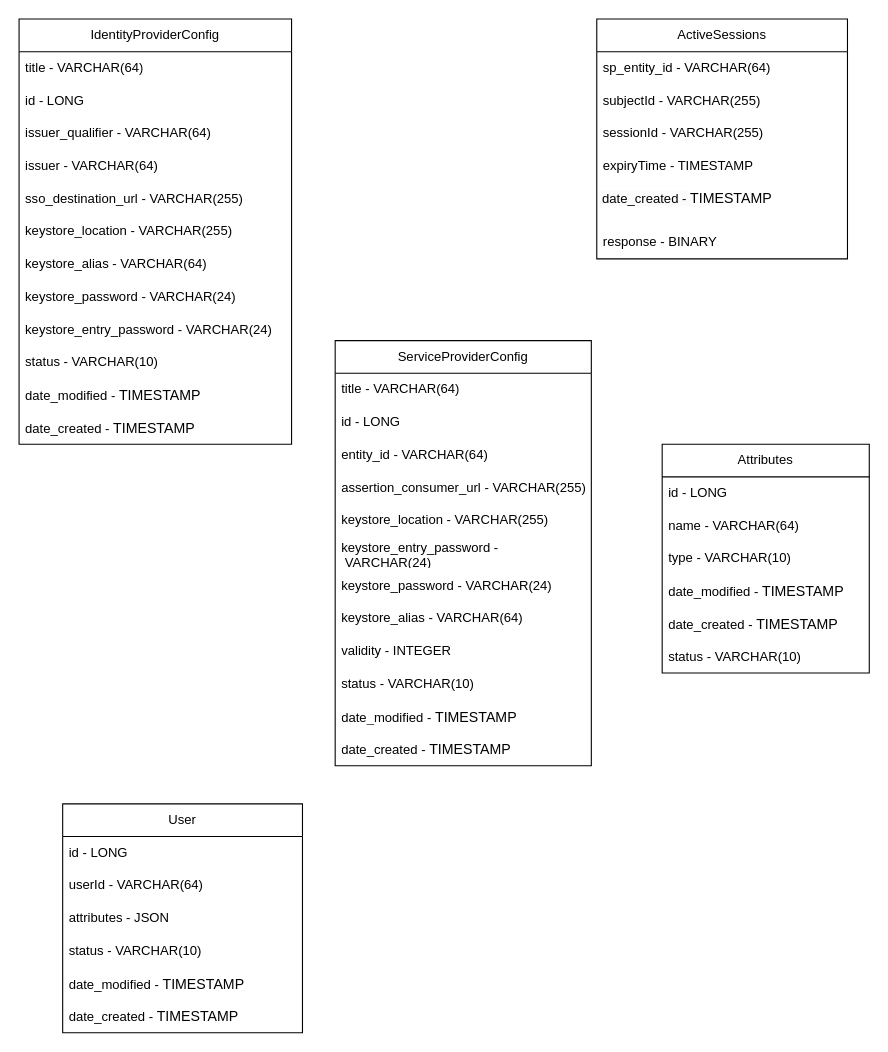
This is draw-io/identity-tester.drawio from wasilzafar/assets, a draw.io file, before an edit. Source tidied: cells renumbered, new cells numbered last; positions are measured from the earlier drawing's top-left corner, leaving out a move shared by most shapes. Both pictures are drawn from the tidied source at 109%, with x=0, y=0 at pixel (19, 19).
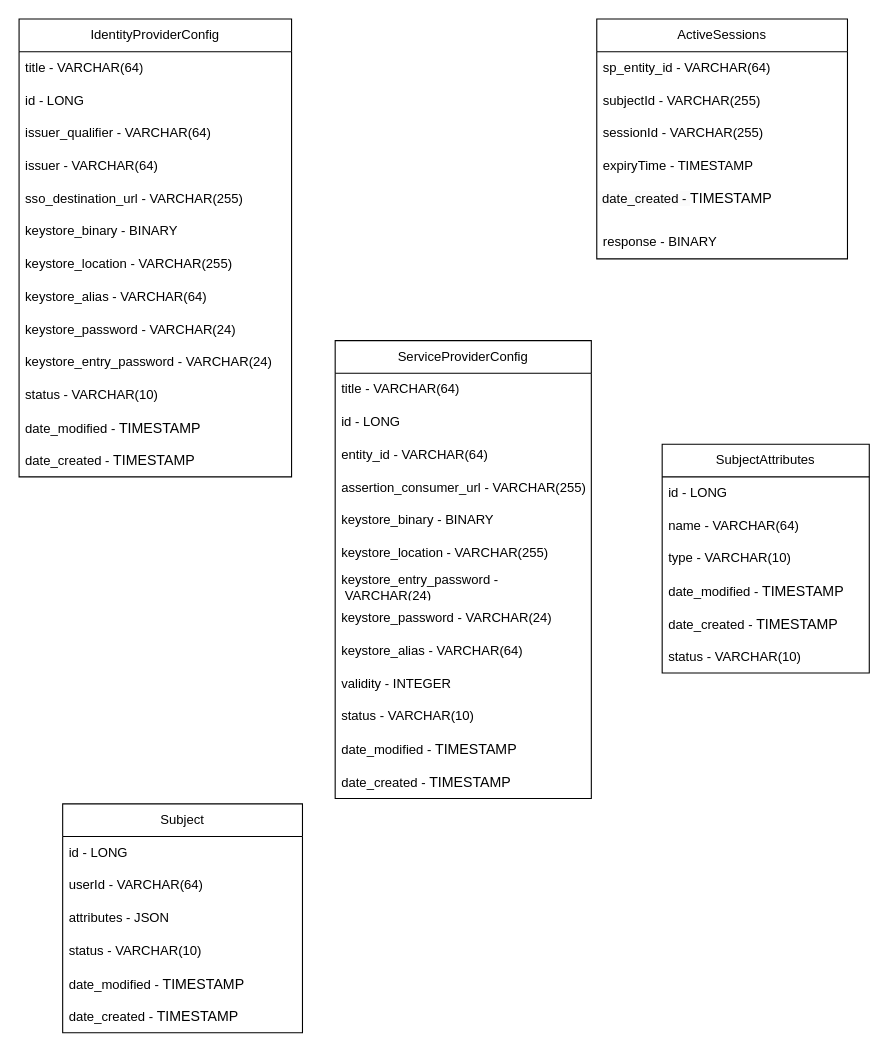
The same diagram, later.

Diff of the diagram source:
```diff
@@
     <mxCell id="2" value="IdentityProviderConfig" style="swimlane;fontStyle=0;horizontal=1;startSize=30;whiteSpace=wrap;html=1;" parent="1" vertex="1">
-      <mxGeometry width="250" height="390" as="geometry" />
+      <mxGeometry width="250" height="420" as="geometry" />
     </mxCell>
@@
+    <mxCell id="49" value="keystore_binary - BINARY" style="text;strokeColor=none;fillColor=none;align=left;verticalAlign=middle;spacingLeft=4;spacingRight=4;overflow=hidden;whiteSpace=wrap;html=1;" parent="2" vertex="1">
+      <mxGeometry y="180" width="250" height="30" as="geometry" />
+    </mxCell>
     <mxCell id="8" value="keystore_location&amp;nbsp;-&amp;nbsp;VARCHAR(255)" style="text;strokeColor=none;fillColor=none;align=left;verticalAlign=middle;spacingLeft=4;spacingRight=4;overflow=hidden;whiteSpace=wrap;html=1;" parent="2" vertex="1">
-      <mxGeometry y="180" width="250" height="30" as="geometry" />
+      <mxGeometry y="210" width="250" height="30" as="geometry" />
     </mxCell>
     <mxCell id="9" value="keystore_alias&amp;nbsp;-&amp;nbsp;VARCHAR(64)" style="text;strokeColor=none;fillColor=none;align=left;verticalAlign=middle;spacingLeft=4;spacingRight=4;overflow=hidden;whiteSpace=wrap;html=1;" parent="2" vertex="1">
-      <mxGeometry y="210" width="250" height="30" as="geometry" />
+      <mxGeometry y="240" width="250" height="30" as="geometry" />
     </mxCell>
     <mxCell id="10" value="keystore_password&amp;nbsp;-&amp;nbsp;VARCHAR(24)" style="text;strokeColor=none;fillColor=none;align=left;verticalAlign=middle;spacingLeft=4;spacingRight=4;overflow=hidden;whiteSpace=wrap;html=1;" parent="2" vertex="1">
-      <mxGeometry y="240" width="250" height="30" as="geometry" />
+      <mxGeometry y="270" width="250" height="30" as="geometry" />
     </mxCell>
     <mxCell id="11" value="keystore_entry_password&amp;nbsp;-&amp;nbsp;VARCHAR(24)" style="text;strokeColor=none;fillColor=none;align=left;verticalAlign=middle;spacingLeft=4;spacingRight=4;overflow=hidden;whiteSpace=wrap;html=1;" parent="2" vertex="1">
-      <mxGeometry y="270" width="250" height="30" as="geometry" />
+      <mxGeometry y="300" width="250" height="30" as="geometry" />
     </mxCell>
     <mxCell id="12" value="status&amp;nbsp;-&amp;nbsp;VARCHAR(10)" style="text;strokeColor=none;fillColor=none;align=left;verticalAlign=middle;spacingLeft=4;spacingRight=4;overflow=hidden;whiteSpace=wrap;html=1;" parent="2" vertex="1">
-      <mxGeometry y="300" width="250" height="30" as="geometry" />
+      <mxGeometry y="330" width="250" height="30" as="geometry" />
     </mxCell>
     <mxCell id="13" value="date_modified -&amp;nbsp;&lt;span style=&quot;font-family: Arial, sans-serif; font-size: 13px; background-color: rgb(255, 255, 255);&quot;&gt;TIMESTAMP&lt;/span&gt;" style="text;strokeColor=none;fillColor=none;align=left;verticalAlign=middle;spacingLeft=4;spacingRight=4;overflow=hidden;whiteSpace=wrap;html=1;" parent="2" vertex="1">
-      <mxGeometry y="330" width="250" height="30" as="geometry" />
+      <mxGeometry y="360" width="250" height="30" as="geometry" />
     </mxCell>
     <mxCell id="14" value="date_created -&amp;nbsp;&lt;span style=&quot;font-family: Arial, sans-serif; font-size: 13px; background-color: rgb(255, 255, 255);&quot;&gt;TIMESTAMP&lt;/span&gt;" style="text;strokeColor=none;fillColor=none;align=left;verticalAlign=middle;spacingLeft=4;spacingRight=4;overflow=hidden;whiteSpace=wrap;html=1;" parent="2" vertex="1">
-      <mxGeometry y="360" width="250" height="30" as="geometry" />
+      <mxGeometry y="390" width="250" height="30" as="geometry" />
     </mxCell>
     <mxCell id="15" value="ServiceProviderConfig" style="swimlane;fontStyle=0;horizontal=1;startSize=30;whiteSpace=wrap;html=1;" parent="1" vertex="1">
-      <mxGeometry x="290" y="295" width="235" height="390" as="geometry" />
+      <mxGeometry x="290" y="295" width="235" height="420" as="geometry" />
     </mxCell>
@@
+    <mxCell id="50" value="keystore_binary - BINARY" style="text;strokeColor=none;fillColor=none;align=left;verticalAlign=middle;spacingLeft=4;spacingRight=4;overflow=hidden;whiteSpace=wrap;html=1;" parent="15" vertex="1">
+      <mxGeometry y="150" width="235" height="30" as="geometry" />
+    </mxCell>
     <mxCell id="20" value="keystore_location&amp;nbsp;-&amp;nbsp;VARCHAR(255)" style="text;strokeColor=none;fillColor=none;align=left;verticalAlign=middle;spacingLeft=4;spacingRight=4;overflow=hidden;whiteSpace=wrap;html=1;" parent="15" vertex="1">
-      <mxGeometry y="150" width="235" height="30" as="geometry" />
+      <mxGeometry y="180" width="235" height="30" as="geometry" />
     </mxCell>
     <mxCell id="21" value="keystore_entry_password&amp;nbsp;-&amp;nbsp;VARCHAR(24)" style="text;strokeColor=none;fillColor=none;align=left;verticalAlign=middle;spacingLeft=4;spacingRight=4;overflow=hidden;whiteSpace=wrap;html=1;" parent="15" vertex="1">
-      <mxGeometry y="180" width="235" height="30" as="geometry" />
+      <mxGeometry y="210" width="235" height="30" as="geometry" />
     </mxCell>
     <mxCell id="22" value="keystore_password&amp;nbsp;-&amp;nbsp;VARCHAR(24)" style="text;strokeColor=none;fillColor=none;align=left;verticalAlign=middle;spacingLeft=4;spacingRight=4;overflow=hidden;whiteSpace=wrap;html=1;" parent="15" vertex="1">
-      <mxGeometry y="210" width="235" height="30" as="geometry" />
+      <mxGeometry y="240" width="235" height="30" as="geometry" />
     </mxCell>
     <mxCell id="23" value="keystore_alias&amp;nbsp;-&amp;nbsp;VARCHAR(64)" style="text;strokeColor=none;fillColor=none;align=left;verticalAlign=middle;spacingLeft=4;spacingRight=4;overflow=hidden;whiteSpace=wrap;html=1;" parent="15" vertex="1">
-      <mxGeometry y="240" width="235" height="30" as="geometry" />
+      <mxGeometry y="270" width="235" height="30" as="geometry" />
     </mxCell>
     <mxCell id="24" value="validity - INTEGER" style="text;strokeColor=none;fillColor=none;align=left;verticalAlign=middle;spacingLeft=4;spacingRight=4;overflow=hidden;whiteSpace=wrap;html=1;" parent="15" vertex="1">
-      <mxGeometry y="270" width="235" height="30" as="geometry" />
+      <mxGeometry y="300" width="235" height="30" as="geometry" />
     </mxCell>
     <mxCell id="25" value="status - VARCHAR(10)" style="text;strokeColor=none;fillColor=none;align=left;verticalAlign=middle;spacingLeft=4;spacingRight=4;overflow=hidden;whiteSpace=wrap;html=1;" parent="15" vertex="1">
-      <mxGeometry y="300" width="235" height="30" as="geometry" />
+      <mxGeometry y="330" width="235" height="30" as="geometry" />
     </mxCell>
     <mxCell id="26" value="date_modified&amp;nbsp;-&amp;nbsp;&lt;span style=&quot;font-family: Arial, sans-serif; font-size: 13px; background-color: rgb(255, 255, 255);&quot;&gt;TIMESTAMP&lt;/span&gt;" style="text;strokeColor=none;fillColor=none;align=left;verticalAlign=middle;spacingLeft=4;spacingRight=4;overflow=hidden;whiteSpace=wrap;html=1;" parent="15" vertex="1">
-      <mxGeometry y="330" width="235" height="30" as="geometry" />
+      <mxGeometry y="360" width="235" height="30" as="geometry" />
     </mxCell>
     <mxCell id="27" value="date_created&amp;nbsp;-&amp;nbsp;&lt;span style=&quot;font-family: Arial, sans-serif; font-size: 13px; background-color: rgb(255, 255, 255);&quot;&gt;TIMESTAMP&lt;/span&gt;" style="text;strokeColor=none;fillColor=none;align=left;verticalAlign=middle;spacingLeft=4;spacingRight=4;overflow=hidden;whiteSpace=wrap;html=1;" parent="15" vertex="1">
-      <mxGeometry y="360" width="235" height="30" as="geometry" />
+      <mxGeometry y="390" width="235" height="30" as="geometry" />
     </mxCell>
@@
-    <mxCell id="35" value="User" style="swimlane;fontStyle=0;horizontal=1;startSize=30;whiteSpace=wrap;html=1;" parent="1" vertex="1">
+    <mxCell id="35" value="Subject" style="swimlane;fontStyle=0;horizontal=1;startSize=30;whiteSpace=wrap;html=1;" parent="1" vertex="1">
       <mxGeometry x="40" y="720" width="220" height="210" as="geometry" />
     </mxCell>
@@
-    <mxCell id="42" value="Attributes" style="swimlane;fontStyle=0;horizontal=1;startSize=30;whiteSpace=wrap;html=1;" parent="1" vertex="1">
+    <mxCell id="42" value="SubjectAttributes" style="swimlane;fontStyle=0;horizontal=1;startSize=30;whiteSpace=wrap;html=1;" parent="1" vertex="1">
       <mxGeometry x="590" y="390" width="190" height="210" as="geometry" />
     </mxCell>
```
